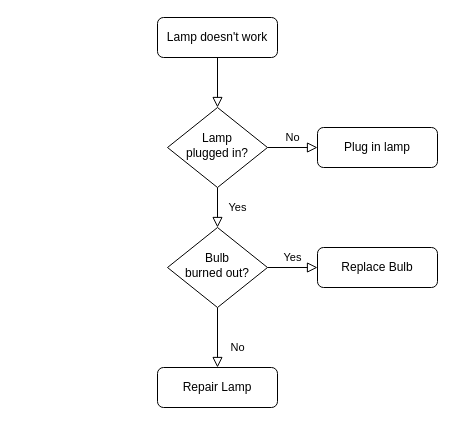
Earlier version of the draw.io diagram 选用联盟链的逻辑.drawio (gust2020ccc/zhuanli). Source tidied: cells renumbered, new cells numbered last; positions are measured from the earlier drawing's top-left corner, leaving out a move shared by most shapes. Both pictures are drawn from the tidied source at 100%, with x=0, y=0 at pixel (157, 17).
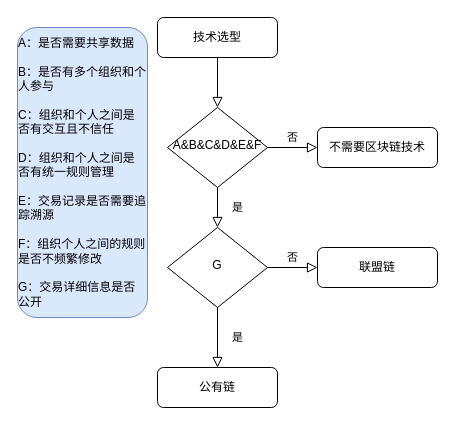
The same page after the edit.

Commit message:
更新选用联盟链的逻辑.drawio

Change to the diagram source:
```diff
@@
 <mxGraphModel>
   <root>
     <mxCell id="0" />
     <mxCell id="1" parent="0" />
     <mxCell id="2" style="rounded=0;html=1;jettySize=auto;fontSize=11;endArrow=block;endFill=0;endSize=8;strokeWidth=1;shadow=0;labelBackgroundColor=none;edgeStyle=orthogonalEdgeStyle;" parent="1" edge="1" source="3" target="6">
       <mxGeometry relative="1" as="geometry" />
     </mxCell>
-    <mxCell id="3" value="Lamp doesn't work" style="rounded=1;whiteSpace=wrap;html=1;fontSize=12;glass=0;strokeWidth=1;shadow=0;" parent="1" vertex="1">
+    <mxCell id="3" value="技术选型" style="rounded=1;whiteSpace=wrap;html=1;fontSize=12;glass=0;strokeWidth=1;shadow=0;" parent="1" vertex="1">
       <mxGeometry width="120" height="40" as="geometry" />
     </mxCell>
-    <mxCell id="4" value="Yes" style="rounded=0;html=1;jettySize=auto;fontSize=11;endArrow=block;endFill=0;endSize=8;strokeWidth=1;shadow=0;labelBackgroundColor=none;edgeStyle=orthogonalEdgeStyle;" parent="1" edge="1" source="6" target="10">
+    <mxCell id="4" value="是" style="rounded=0;html=1;jettySize=auto;fontSize=11;endArrow=block;endFill=0;endSize=8;strokeWidth=1;shadow=0;labelBackgroundColor=none;edgeStyle=orthogonalEdgeStyle;" parent="1" edge="1" source="6" target="10">
       <mxGeometry y="20" relative="1" as="geometry" />
     </mxCell>
-    <mxCell id="5" value="No" style="edgeStyle=orthogonalEdgeStyle;rounded=0;html=1;jettySize=auto;fontSize=11;endArrow=block;endFill=0;endSize=8;strokeWidth=1;shadow=0;labelBackgroundColor=none;" parent="1" edge="1" source="6" target="7">
+    <mxCell id="5" value="否" style="edgeStyle=orthogonalEdgeStyle;rounded=0;html=1;jettySize=auto;fontSize=11;endArrow=block;endFill=0;endSize=8;strokeWidth=1;shadow=0;labelBackgroundColor=none;" parent="1" edge="1" source="6" target="7">
       <mxGeometry y="10" relative="1" as="geometry" />
     </mxCell>
-    <mxCell id="6" value="Lamp&lt;br&gt;plugged in?" style="rhombus;whiteSpace=wrap;html=1;shadow=0;fontFamily=Helvetica;fontSize=12;align=center;strokeWidth=1;spacing=6;spacingTop=-4;" parent="1" vertex="1">
+    <mxCell id="6" value="&lt;div style=&quot;text-align: start;&quot;&gt;A&amp;amp;B&amp;amp;C&amp;amp;D&amp;amp;E&amp;amp;F&lt;/div&gt;" style="rhombus;whiteSpace=wrap;html=1;shadow=0;fontFamily=Helvetica;fontSize=12;align=center;strokeWidth=1;spacing=6;spacingTop=-4;" parent="1" vertex="1">
       <mxGeometry x="10" y="90" width="100" height="80" as="geometry" />
     </mxCell>
-    <mxCell id="7" value="Plug in lamp" style="rounded=1;whiteSpace=wrap;html=1;fontSize=12;glass=0;strokeWidth=1;shadow=0;" parent="1" vertex="1">
+    <mxCell id="7" value="不需要区块链技术" style="rounded=1;whiteSpace=wrap;html=1;fontSize=12;glass=0;strokeWidth=1;shadow=0;" parent="1" vertex="1">
       <mxGeometry x="160" y="110" width="120" height="40" as="geometry" />
     </mxCell>
-    <mxCell id="8" value="No" style="rounded=0;html=1;jettySize=auto;fontSize=11;endArrow=block;endFill=0;endSize=8;strokeWidth=1;shadow=0;labelBackgroundColor=none;edgeStyle=orthogonalEdgeStyle;" parent="1" edge="1" source="10" target="11">
-      <mxGeometry x="0.33" y="20" relative="1" as="geometry" />
-    </mxCell>
-    <mxCell id="9" value="Yes" style="edgeStyle=orthogonalEdgeStyle;rounded=0;html=1;jettySize=auto;fontSize=11;endArrow=block;endFill=0;endSize=8;strokeWidth=1;shadow=0;labelBackgroundColor=none;" parent="1" edge="1" source="10" target="12">
+    <mxCell id="9" value="否" style="edgeStyle=orthogonalEdgeStyle;rounded=0;html=1;jettySize=auto;fontSize=11;endArrow=block;endFill=0;endSize=8;strokeWidth=1;shadow=0;labelBackgroundColor=none;" parent="1" edge="1" source="10" target="12">
       <mxGeometry y="10" relative="1" as="geometry" />
     </mxCell>
-    <mxCell id="10" value="Bulb&lt;br&gt;burned out?" style="rhombus;whiteSpace=wrap;html=1;shadow=0;fontFamily=Helvetica;fontSize=12;align=center;strokeWidth=1;spacing=6;spacingTop=-4;" parent="1" vertex="1">
+    <mxCell id="10" value="G" style="rhombus;whiteSpace=wrap;html=1;shadow=0;fontFamily=Helvetica;fontSize=12;align=center;strokeWidth=1;spacing=6;spacingTop=-4;" parent="1" vertex="1">
       <mxGeometry x="10" y="210" width="100" height="80" as="geometry" />
     </mxCell>
-    <mxCell id="11" value="Repair Lamp" style="rounded=1;whiteSpace=wrap;html=1;fontSize=12;glass=0;strokeWidth=1;shadow=0;" parent="1" vertex="1">
+    <mxCell id="11" value="公有链" style="rounded=1;whiteSpace=wrap;html=1;fontSize=12;glass=0;strokeWidth=1;shadow=0;" parent="1" vertex="1">
       <mxGeometry y="350" width="120" height="40" as="geometry" />
     </mxCell>
-    <mxCell id="12" value="Replace Bulb" style="rounded=1;whiteSpace=wrap;html=1;fontSize=12;glass=0;strokeWidth=1;shadow=0;" parent="1" vertex="1">
+    <mxCell id="12" value="联盟链" style="rounded=1;whiteSpace=wrap;html=1;fontSize=12;glass=0;strokeWidth=1;shadow=0;" parent="1" vertex="1">
       <mxGeometry x="160" y="230" width="120" height="40" as="geometry" />
     </mxCell>
+    <mxCell id="8" value="是" style="rounded=0;html=1;jettySize=auto;fontSize=11;endArrow=block;endFill=0;endSize=8;strokeWidth=1;shadow=0;labelBackgroundColor=none;edgeStyle=orthogonalEdgeStyle;exitX=0.5;exitY=1;exitDx=0;exitDy=0;entryX=0.5;entryY=0;entryDx=0;entryDy=0;" parent="1" edge="1" source="10" target="11">
+      <mxGeometry y="20" relative="1" as="geometry" />
+    </mxCell>
+    <mxCell id="13" value="&lt;p style=&quot;line-height: 1.5;&quot;&gt;&lt;/p&gt;&lt;div style=&quot;text-align: left;&quot;&gt;&lt;span style=&quot;background-color: initial;&quot;&gt;A：是否需要共享数据&lt;/span&gt;&lt;/div&gt;&lt;div style=&quot;text-align: left;&quot;&gt;&lt;span style=&quot;background-color: initial;&quot;&gt;&lt;br&gt;&lt;/span&gt;&lt;/div&gt;&lt;div style=&quot;text-align: left;&quot;&gt;&lt;span style=&quot;background-color: initial;&quot;&gt;B：是否有多个组织和个人参与&lt;/span&gt;&lt;/div&gt;&lt;div style=&quot;text-align: left;&quot;&gt;&lt;span style=&quot;background-color: initial;&quot;&gt;&lt;br&gt;&lt;/span&gt;&lt;/div&gt;&lt;div style=&quot;text-align: left;&quot;&gt;&lt;span style=&quot;background-color: initial;&quot;&gt;C：组织和个人之间是否有交互且不信任&lt;/span&gt;&lt;/div&gt;&lt;div style=&quot;text-align: left;&quot;&gt;&lt;span style=&quot;background-color: initial;&quot;&gt;&lt;br&gt;&lt;/span&gt;&lt;/div&gt;&lt;div style=&quot;text-align: left;&quot;&gt;&lt;span style=&quot;background-color: initial;&quot;&gt;D：组织和个人之间是否有统一规则管理&lt;/span&gt;&lt;/div&gt;&lt;div style=&quot;text-align: left;&quot;&gt;&lt;span style=&quot;background-color: initial;&quot;&gt;&lt;br&gt;&lt;/span&gt;&lt;/div&gt;&lt;div style=&quot;text-align: left;&quot;&gt;&lt;span style=&quot;background-color: initial;&quot;&gt;E：交易记录是否需要追踪溯源&lt;/span&gt;&lt;/div&gt;&lt;div style=&quot;text-align: left;&quot;&gt;&lt;span style=&quot;background-color: initial;&quot;&gt;&lt;br&gt;&lt;/span&gt;&lt;/div&gt;&lt;div style=&quot;text-align: left;&quot;&gt;&lt;span style=&quot;background-color: initial;&quot;&gt;F：组织个人之间的规则是否不频繁修改&lt;/span&gt;&lt;/div&gt;&lt;div style=&quot;text-align: left;&quot;&gt;&lt;span style=&quot;background-color: initial;&quot;&gt;&lt;br&gt;&lt;/span&gt;&lt;/div&gt;&lt;div style=&quot;text-align: left;&quot;&gt;&lt;span style=&quot;background-color: initial;&quot;&gt;G：交易详细信息是否公开&lt;/span&gt;&lt;/div&gt;&lt;p&gt;&lt;/p&gt;" style="rounded=1;whiteSpace=wrap;html=1;fillColor=#dae8fc;strokeColor=#6c8ebf;" parent="1" vertex="1">
+      <mxGeometry x="-140" y="10" width="130" height="290" as="geometry" />
+    </mxCell>
   </root>
 </mxGraphModel>
```
